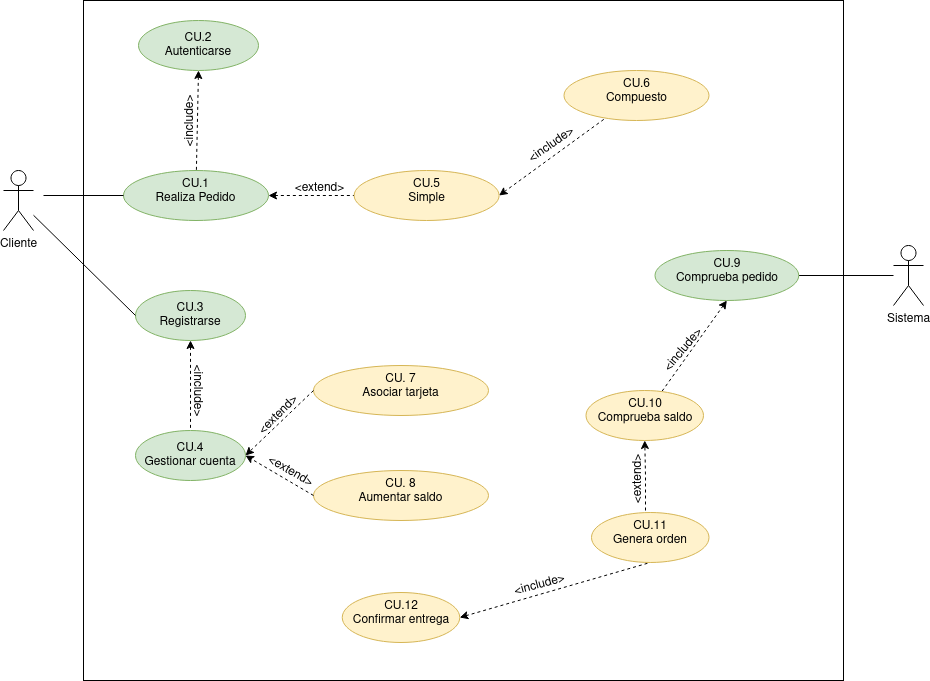
This is Tareas/casosUso/Tarea5-Tienda Virtual/img/TiendaVirtual.drawio.png from colidom/ets, a draw.io export, as it was before one commit. Source tidied: cells renumbered, new cells last; positions are measured from the earlier drawing's top-left corner, leaving out a move shared by most shapes.
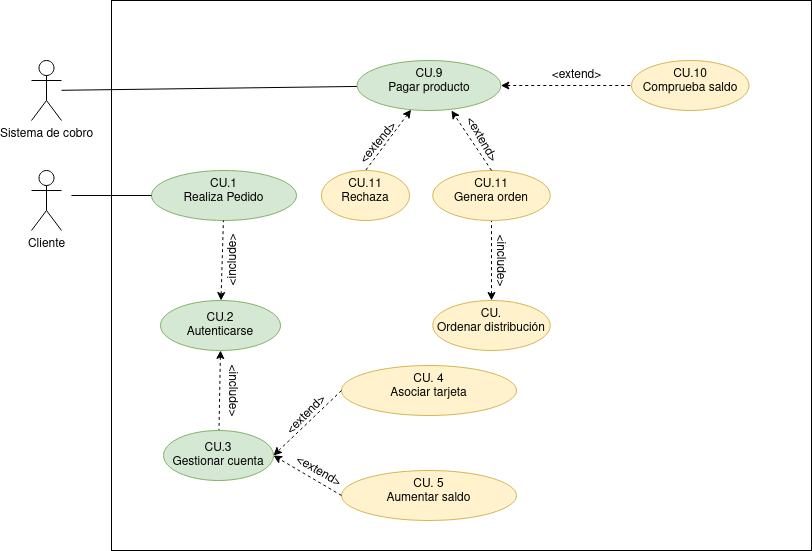
After the commit.

The edit, as a diff of the source:
```diff
@@ -3,47 +3,38 @@
     <mxCell id="0" />
     <mxCell id="1" parent="0" />
     <mxCell id="2" style="rounded=0;whiteSpace=wrap;html=1;" parent="1" vertex="1">
-      <mxGeometry x="80" width="760" height="680" as="geometry" />
+      <mxGeometry x="80" width="700" height="550" as="geometry" />
     </mxCell>
     <mxCell id="3" style="rounded=0;jettySize=auto;html=1;entryX=0;entryY=0.5;entryDx=0;entryDy=0;dashed=1;" parent="1" edge="1" target="5">
       <mxGeometry relative="1" as="geometry">
         <mxPoint x="250" y="200" as="sourcePoint" />
       </mxGeometry>
     </mxCell>
-    <mxCell id="4" style="rounded=0;jettySize=auto;html=1;exitX=1;exitY=0.5;exitDx=0;exitDy=0;entryX=0;entryY=0.5;entryDx=0;entryDy=0;startArrow=classic;startFill=1;endArrow=none;endFill=0;dashed=1;" parent="1" edge="1" source="5" target="17">
-      <mxGeometry relative="1" as="geometry" />
-    </mxCell>
     <mxCell id="5" value="&lt;div&gt;CU.1&lt;/div&gt;&lt;div&gt;Realiza Pedido&lt;/div&gt;" style="ellipse;whiteSpace=wrap;html=1;verticalAlign=top;fillColor=#d5e8d4;strokeColor=#82b366;" parent="1" vertex="1">
       <mxGeometry x="120" y="170" width="145" height="50" as="geometry" />
     </mxCell>
-    <mxCell id="6" value="&lt;div&gt;CU. 7&lt;br&gt;&lt;/div&gt;&lt;div&gt;Asociar tarjeta&lt;/div&gt;" style="ellipse;whiteSpace=wrap;html=1;verticalAlign=top;fillColor=#fff2cc;strokeColor=#d6b656;" parent="1" vertex="1">
+    <mxCell id="6" value="&lt;div&gt;CU. 4&lt;br&gt;&lt;/div&gt;&lt;div&gt;Asociar tarjeta&lt;/div&gt;" style="ellipse;whiteSpace=wrap;html=1;verticalAlign=top;fillColor=#fff2cc;strokeColor=#d6b656;" parent="1" vertex="1">
       <mxGeometry x="310" y="365" width="175" height="50" as="geometry" />
     </mxCell>
     <mxCell id="7" value="Cliente" style="shape=umlActor;verticalLabelPosition=bottom;verticalAlign=top;html=1;outlineConnect=0;" parent="1" vertex="1">
       <mxGeometry y="170" width="30" height="60" as="geometry" />
     </mxCell>
-    <mxCell id="8" style="edgeStyle=none;rounded=0;jettySize=auto;html=1;dashed=1;startArrow=classic;startFill=1;endArrow=none;endFill=0;" parent="1" edge="1" source="9" target="21">
+    <mxCell id="8" style="edgeStyle=none;rounded=0;jettySize=auto;html=1;dashed=1;startArrow=classic;startFill=1;endArrow=none;endFill=0;exitX=0.5;exitY=1;exitDx=0;exitDy=0;" parent="1" edge="1" source="14" target="21">
       <mxGeometry relative="1" as="geometry" />
     </mxCell>
-    <mxCell id="9" value="&lt;div&gt;CU.3&lt;/div&gt;&lt;div&gt;Registrarse&lt;br&gt;&lt;/div&gt;" style="ellipse;whiteSpace=wrap;html=1;fillColor=#d5e8d4;strokeColor=#82b366;" parent="1" vertex="1">
-      <mxGeometry x="132" y="290" width="110" height="50" as="geometry" />
-    </mxCell>
-    <mxCell id="10" style="endArrow=none;html=1;rounded=0;entryX=0;entryY=0.5;entryDx=0;entryDy=0;endFill=0;" parent="1" edge="1" source="7" target="9">
-      <mxGeometry relative="1" as="geometry" />
-    </mxCell>
     <mxCell id="11" value="&amp;lt;include&amp;gt;" style="text;html=1;align=center;verticalAlign=middle;strokeColor=none;fillColor=none;rotation=-90;" parent="1" vertex="1">
-      <mxGeometry x="147" y="106" width="80" height="30" as="geometry" />
+      <mxGeometry x="162" y="245" width="80" height="30" as="geometry" />
     </mxCell>
     <mxCell id="12" style="edgeStyle=none;rounded=0;jettySize=auto;html=1;startArrow=none;startFill=0;endArrow=none;endFill=0;" parent="1" edge="1" source="13" target="29">
       <mxGeometry relative="1" as="geometry" />
     </mxCell>
-    <mxCell id="13" value="Sistema" style="shape=umlActor;verticalLabelPosition=bottom;verticalAlign=top;html=1;outlineConnect=0;" parent="1" vertex="1">
-      <mxGeometry x="890" y="245" width="30" height="60" as="geometry" />
+    <mxCell id="13" value="Sistema de cobro" style="shape=umlActor;verticalLabelPosition=bottom;verticalAlign=top;html=1;outlineConnect=0;" parent="1" vertex="1">
+      <mxGeometry y="60" width="30" height="60" as="geometry" />
     </mxCell>
     <mxCell id="14" value="&lt;div&gt;CU.2&lt;/div&gt;&lt;div&gt;Autenticarse&lt;br&gt;&lt;/div&gt;" style="ellipse;whiteSpace=wrap;html=1;fillColor=#d5e8d4;strokeColor=#82b366;" parent="1" vertex="1">
-      <mxGeometry x="135" y="20" width="120" height="50" as="geometry" />
+      <mxGeometry x="129" y="300" width="120" height="50" as="geometry" />
     </mxCell>
-    <mxCell id="15" style="endArrow=none;html=1;rounded=0;dashed=1;exitX=0.5;exitY=1;exitDx=0;exitDy=0;endFill=0;startArrow=classic;startFill=1;" parent="1" edge="1" source="14" target="5">
+    <mxCell id="15" style="endArrow=none;html=1;rounded=0;dashed=1;endFill=0;startArrow=classic;startFill=1;" parent="1" edge="1" source="14" target="5">
       <mxGeometry relative="1" as="geometry" />
     </mxCell>
     <mxCell id="16" style="endArrow=none;html=1;rounded=0;entryX=0;entryY=0.5;entryDx=0;entryDy=0;endFill=0;" parent="1" edge="1" target="5">
@@ -51,28 +42,16 @@
         <mxPoint x="40" y="195" as="sourcePoint" />
       </mxGeometry>
     </mxCell>
-    <mxCell id="17" value="&lt;div&gt;CU.5&lt;/div&gt;&lt;div&gt;Simple&lt;/div&gt;" style="ellipse;whiteSpace=wrap;html=1;verticalAlign=top;fillColor=#fff2cc;strokeColor=#d6b656;" parent="1" vertex="1">
-      <mxGeometry x="350.6" y="170" width="145" height="50" as="geometry" />
-    </mxCell>
-    <mxCell id="18" value="&lt;div&gt;CU.6&lt;/div&gt;&lt;div&gt;Compuesto&lt;/div&gt;" style="ellipse;whiteSpace=wrap;html=1;verticalAlign=top;fillColor=#fff2cc;strokeColor=#d6b656;" parent="1" vertex="1">
-      <mxGeometry x="560.5" y="70" width="145" height="50" as="geometry" />
-    </mxCell>
-    <mxCell id="19" style="rounded=0;jettySize=auto;html=1;exitX=1;exitY=0.5;exitDx=0;exitDy=0;startArrow=classic;startFill=1;endArrow=none;endFill=0;dashed=1;" parent="1" edge="1" source="17" target="18">
-      <mxGeometry relative="1" as="geometry" />
-    </mxCell>
-    <mxCell id="20" value="&amp;lt;extend&amp;gt;" style="text;html=1;align=center;verticalAlign=middle;strokeColor=none;fillColor=none;rotation=0;" parent="1" vertex="1">
-      <mxGeometry x="280.6" y="173" width="70" height="30" as="geometry" />
-    </mxCell>
-    <mxCell id="21" value="&lt;div&gt;CU.4&lt;/div&gt;&lt;div&gt;Gestionar cuenta&lt;/div&gt;" style="ellipse;whiteSpace=wrap;html=1;fillColor=#d5e8d4;strokeColor=#82b366;" parent="1" vertex="1">
+    <mxCell id="21" value="&lt;div&gt;CU.3&lt;/div&gt;&lt;div&gt;Gestionar cuenta&lt;/div&gt;" style="ellipse;whiteSpace=wrap;html=1;fillColor=#d5e8d4;strokeColor=#82b366;" parent="1" vertex="1">
       <mxGeometry x="132" y="430" width="110" height="50" as="geometry" />
     </mxCell>
     <mxCell id="22" value="&amp;lt;include&amp;gt;" style="text;html=1;align=center;verticalAlign=middle;strokeColor=none;fillColor=none;rotation=90;" parent="1" vertex="1">
-      <mxGeometry x="155" y="375" width="80" height="30" as="geometry" />
+      <mxGeometry x="162" y="375" width="80" height="30" as="geometry" />
     </mxCell>
     <mxCell id="23" style="endArrow=classic;html=1;rounded=0;dashed=1;entryX=1;entryY=0.5;entryDx=0;entryDy=0;exitX=0;exitY=0.5;exitDx=0;exitDy=0;" parent="1" edge="1" source="6" target="21">
       <mxGeometry relative="1" as="geometry" />
     </mxCell>
-    <mxCell id="24" value="&lt;div&gt;CU. 8&lt;br&gt;&lt;/div&gt;&lt;div&gt;Aumentar saldo&lt;/div&gt;" style="ellipse;whiteSpace=wrap;html=1;verticalAlign=top;fillColor=#fff2cc;strokeColor=#d6b656;" parent="1" vertex="1">
+    <mxCell id="24" value="&lt;div&gt;CU. 5&lt;br&gt;&lt;/div&gt;&lt;div&gt;Aumentar saldo&lt;/div&gt;" style="ellipse;whiteSpace=wrap;html=1;verticalAlign=top;fillColor=#fff2cc;strokeColor=#d6b656;" parent="1" vertex="1">
       <mxGeometry x="310" y="470" width="175" height="50" as="geometry" />
     </mxCell>
     <mxCell id="25" style="endArrow=classic;html=1;rounded=0;dashed=1;entryX=1;entryY=0.5;entryDx=0;entryDy=0;exitX=0;exitY=0.5;exitDx=0;exitDy=0;" parent="1" edge="1" source="24" target="21">
@@ -84,40 +63,44 @@
     <mxCell id="27" value="&amp;lt;extend&amp;gt;" style="text;html=1;align=center;verticalAlign=middle;strokeColor=none;fillColor=none;rotation=30;" parent="1" vertex="1">
       <mxGeometry x="252" y="456" width="70" height="30" as="geometry" />
     </mxCell>
-    <mxCell id="28" style="edgeStyle=none;rounded=0;jettySize=auto;html=1;dashed=1;startArrow=classic;startFill=1;endArrow=none;endFill=0;exitX=0.5;exitY=1;exitDx=0;exitDy=0;" parent="1" edge="1" source="29" target="30">
+    <mxCell id="28" style="edgeStyle=none;rounded=0;jettySize=auto;html=1;dashed=1;startArrow=classic;startFill=1;endArrow=none;endFill=0;exitX=1;exitY=0.5;exitDx=0;exitDy=0;entryX=0;entryY=0.5;entryDx=0;entryDy=0;" parent="1" edge="1" source="29" target="30">
       <mxGeometry relative="1" as="geometry" />
     </mxCell>
-    <mxCell id="29" value="CU.9&lt;br&gt;Comprueba pedido" style="ellipse;whiteSpace=wrap;html=1;verticalAlign=top;fillColor=#d5e8d4;strokeColor=#82b366;" parent="1" vertex="1">
-      <mxGeometry x="651.5" y="250" width="143.8" height="50" as="geometry" />
+    <mxCell id="29" value="CU.9&lt;br&gt;Pagar producto" style="ellipse;whiteSpace=wrap;html=1;verticalAlign=top;fillColor=#d5e8d4;strokeColor=#82b366;" parent="1" vertex="1">
+      <mxGeometry x="325.6" y="60" width="143.8" height="50" as="geometry" />
     </mxCell>
     <mxCell id="30" value="CU.10&lt;br&gt;Comprueba saldo" style="ellipse;whiteSpace=wrap;html=1;verticalAlign=top;fillColor=#fff2cc;strokeColor=#d6b656;" parent="1" vertex="1">
-      <mxGeometry x="582.5" y="390" width="117.5" height="50" as="geometry" />
+      <mxGeometry x="600" y="60" width="117.5" height="50" as="geometry" />
     </mxCell>
-    <mxCell id="31" value="&lt;div&gt;CU.12&lt;/div&gt;&lt;div&gt;Confirmar entrega&lt;br&gt;&lt;/div&gt;" style="ellipse;whiteSpace=wrap;html=1;verticalAlign=top;fillColor=#fff2cc;strokeColor=#d6b656;" parent="1" vertex="1">
-      <mxGeometry x="338.8" y="592" width="117.5" height="50" as="geometry" />
+    <mxCell id="31" value="&lt;div&gt;CU.&lt;/div&gt;&lt;div&gt;Ordenar distribución&lt;br&gt;&lt;/div&gt;" style="ellipse;whiteSpace=wrap;html=1;verticalAlign=top;fillColor=#fff2cc;strokeColor=#d6b656;" parent="1" vertex="1">
+      <mxGeometry x="401.2" y="300" width="117.5" height="50" as="geometry" />
     </mxCell>
-    <mxCell id="32" style="endArrow=none;html=1;rounded=0;dashed=1;entryX=0.5;entryY=1;entryDx=0;entryDy=0;exitX=1;exitY=0.5;exitDx=0;exitDy=0;startArrow=classic;startFill=1;endFill=0;" parent="1" edge="1" source="31" target="34">
+    <mxCell id="32" style="endArrow=none;html=1;rounded=0;dashed=1;entryX=0.5;entryY=1;entryDx=0;entryDy=0;exitX=0.5;exitY=0;exitDx=0;exitDy=0;startArrow=classic;startFill=1;endFill=0;" parent="1" edge="1" source="31" target="34">
       <mxGeometry relative="1" as="geometry" />
     </mxCell>
-    <mxCell id="33" value="&amp;lt;include&amp;gt;" style="text;html=1;align=center;verticalAlign=middle;strokeColor=none;fillColor=none;rotation=-50;" parent="1" vertex="1">
-      <mxGeometry x="640" y="335" width="80" height="30" as="geometry" />
-    </mxCell>
     <mxCell id="34" value="CU.11&lt;br&gt;Genera orden" style="ellipse;whiteSpace=wrap;html=1;verticalAlign=top;fillColor=#fff2cc;strokeColor=#d6b656;" parent="1" vertex="1">
-      <mxGeometry x="588" y="512" width="117.5" height="50" as="geometry" />
+      <mxGeometry x="401.2" y="170" width="117.5" height="50" as="geometry" />
     </mxCell>
-    <mxCell id="35" value="&amp;lt;include&amp;gt;" style="text;html=1;align=center;verticalAlign=middle;strokeColor=none;fillColor=none;rotation=-35;" parent="1" vertex="1">
-      <mxGeometry x="508" y="130" width="80" height="30" as="geometry" />
-    </mxCell>
-    <mxCell id="36" style="edgeStyle=orthogonalEdgeStyle;rounded=0;jettySize=auto;html=1;entryX=0.5;entryY=1;entryDx=0;entryDy=0;dashed=1;" parent="1" edge="1" target="30">
-      <mxGeometry relative="1" as="geometry">
-        <mxPoint x="642" y="510" as="sourcePoint" />
-      </mxGeometry>
+    <mxCell id="36" style="rounded=0;jettySize=auto;html=1;entryX=0.656;entryY=1;entryDx=0;entryDy=0;dashed=1;exitX=0.5;exitY=0;exitDx=0;exitDy=0;entryPerimeter=0;" parent="1" edge="1" source="34" target="29">
+      <mxGeometry relative="1" as="geometry" />
     </mxCell>
-    <mxCell id="37" value="&amp;lt;extend&amp;gt;" style="text;html=1;align=center;verticalAlign=middle;strokeColor=none;fillColor=none;rotation=-90;" parent="1" vertex="1">
-      <mxGeometry x="600" y="464" width="70" height="30" as="geometry" />
-    </mxCell>
-    <mxCell id="38" value="&amp;lt;include&amp;gt;" style="text;html=1;align=center;verticalAlign=middle;strokeColor=none;fillColor=none;rotation=-15;" parent="1" vertex="1">
-      <mxGeometry x="495.6" y="570" width="80" height="30" as="geometry" />
-    </mxCell>
+    <mxCell id="39" value="CU.11&lt;br&gt;Rechaza" style="ellipse;whiteSpace=wrap;html=1;verticalAlign=top;fillColor=#fff2cc;strokeColor=#d6b656;" parent="1" vertex="1">
+      <mxGeometry x="290" y="170" width="88" height="50" as="geometry" />
+    </mxCell>
+    <mxCell id="40" style="endArrow=none;html=1;rounded=0;dashed=1;entryX=0.5;entryY=0;entryDx=0;entryDy=0;startArrow=classic;startFill=1;endFill=0;" parent="1" edge="1" source="29" target="39">
+      <mxGeometry relative="1" as="geometry" />
+    </mxCell>
+    <mxCell id="41" value="&amp;lt;extend&amp;gt;" style="text;html=1;align=center;verticalAlign=middle;strokeColor=none;fillColor=none;rotation=-50;" parent="1" vertex="1">
+      <mxGeometry x="312" y="128" width="70" height="30" as="geometry" />
+    </mxCell>
+    <mxCell id="42" value="&amp;lt;include&amp;gt;" style="text;html=1;align=center;verticalAlign=middle;strokeColor=none;fillColor=none;rotation=90;" parent="1" vertex="1">
+      <mxGeometry x="430" y="245" width="80" height="30" as="geometry" />
+    </mxCell>
+    <mxCell id="20" value="&amp;lt;extend&amp;gt;" style="text;html=1;align=center;verticalAlign=middle;strokeColor=none;fillColor=none;rotation=0;" parent="1" vertex="1">
+      <mxGeometry x="510" y="60" width="70" height="30" as="geometry" />
+    </mxCell>
+    <mxCell id="43" value="&amp;lt;extend&amp;gt;" style="text;html=1;align=center;verticalAlign=middle;strokeColor=none;fillColor=none;rotation=60;" parent="1" vertex="1">
+      <mxGeometry x="415" y="124" width="70" height="30" as="geometry" />
+    </mxCell>
   </root>
 </mxGraphModel>
```
